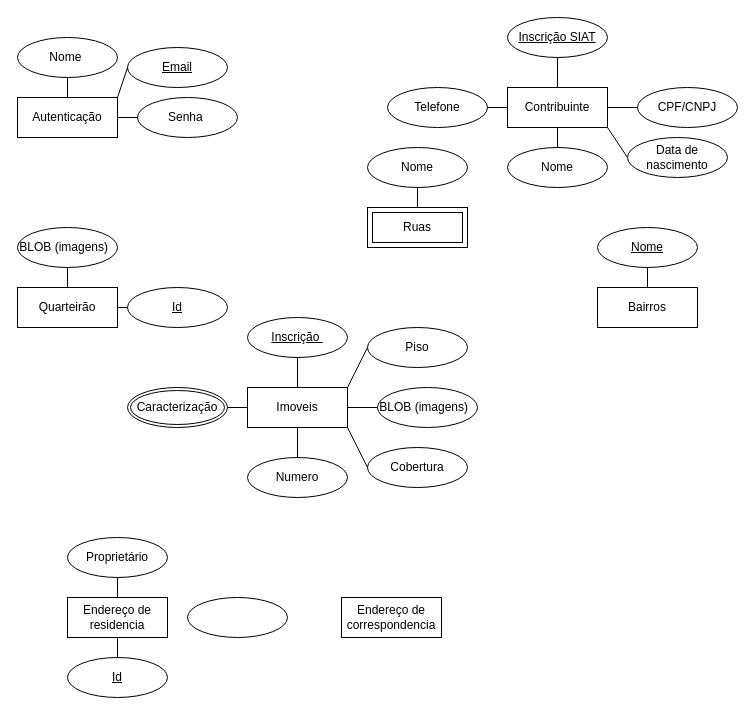
The draw.io diagram ER.drawio in FloraRosaPupo/App-cadastro-imobiliario, before the edit. Source tidied: cells renumbered, new cells numbered last; positions are measured from the earlier drawing's top-left corner, leaving out a move shared by most shapes. Both pictures are drawn from the tidied source at 100%, with x=0, y=0 at pixel (17, 17).
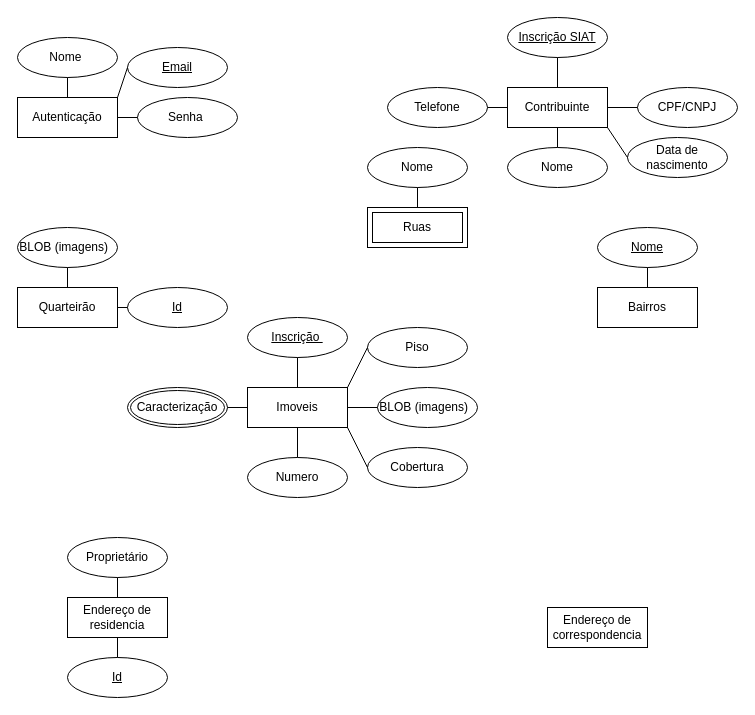
The same page after the edit.

Commit message (it also covers changes not shown here):
galeria quarteiroes

What changed in the source:
```diff
@@
     <mxCell id="19" value="Endereço de correspondencia" style="whiteSpace=wrap;html=1;align=center;" parent="1" vertex="1">
-      <mxGeometry x="324" y="580" width="100" height="40" as="geometry" />
+      <mxGeometry x="530" y="590" width="100" height="40" as="geometry" />
     </mxCell>
@@
-    <mxCell id="50" style="ellipse;whiteSpace=wrap;html=1;align=center;" parent="1" vertex="1">
-      <mxGeometry x="170" y="580" width="100" height="40" as="geometry" />
-    </mxCell>
```
